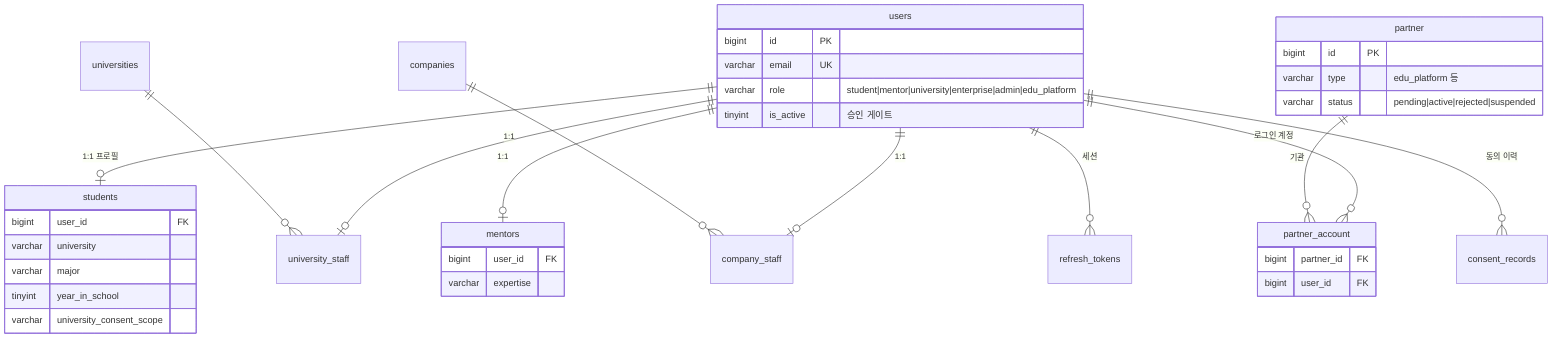
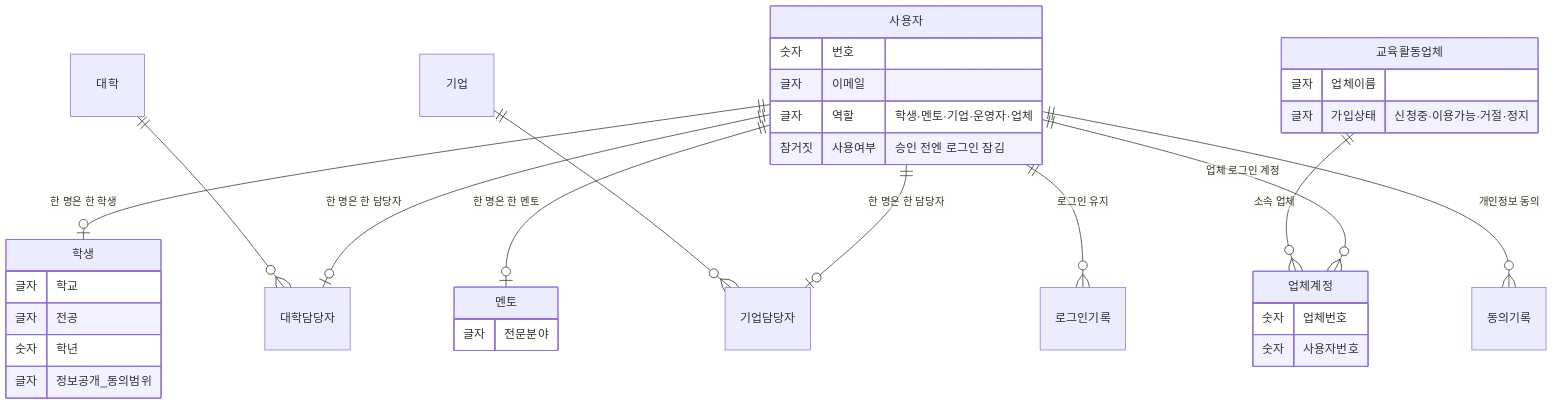
+ %% 어떤 정보들이 서로 연결되는지 — 회원·계정 편 (쉬운 말 버전)
erDiagram
-   users ||--o| students : "1:1 프로필"
-   users ||--o| mentors : "1:1"
-   users ||--o| university_staff : "1:1"
-   users ||--o| company_staff : "1:1"
-   users ||--o{ partner_account : "로그인 계정"
-   partner ||--o{ partner_account : "기관"
-   users ||--o{ refresh_tokens : "세션"
-   users ||--o{ consent_records : "동의 이력"
-   universities ||--o{ university_staff : ""
-   companies ||--o{ company_staff : ""
+   사용자 ||--o| 학생 : "한 명은 한 학생"
+   사용자 ||--o| 멘토 : "한 명은 한 멘토"
+   사용자 ||--o| 대학담당자 : "한 명은 한 담당자"
+   사용자 ||--o| 기업담당자 : "한 명은 한 담당자"
+   사용자 ||--o{ 업체계정 : "업체 로그인 계정"
+   교육활동업체 ||--o{ 업체계정 : "소속 업체"
+   사용자 ||--o{ 로그인기록 : "로그인 유지"
+   사용자 ||--o{ 동의기록 : "개인정보 동의"
+   대학 ||--o{ 대학담당자 : ""
+   기업 ||--o{ 기업담당자 : ""

-   users {
-     bigint id PK
-     varchar email UK
-     varchar role "student|mentor|university|enterprise|admin|edu_platform"
-     tinyint is_active "승인 게이트"
+   사용자 {
+     숫자 번호
+     글자 이메일
+     글자 역할 "학생·멘토·기업·운영자·업체"
+     참거짓 사용여부 "승인 전엔 로그인 잠김"
  }
-   students {
-     bigint user_id FK
-     varchar university
-     varchar major
-     tinyint year_in_school
-     varchar university_consent_scope
+   학생 {
+     글자 학교
+     글자 전공
+     숫자 학년
+     글자 정보공개_동의범위
  }
-   partner {
-     bigint id PK
-     varchar type "edu_platform 등"
-     varchar status "pending|active|rejected|suspended"
+   교육활동업체 {
+     글자 업체이름
+     글자 가입상태 "신청중·이용가능·거절·정지"
  }
-   partner_account {
-     bigint partner_id FK
-     bigint user_id FK
+   업체계정 {
+     숫자 업체번호
+     숫자 사용자번호
  }
-   mentors {
-     bigint user_id FK
-     varchar expertise
+   멘토 {
+     글자 전문분야
  }
